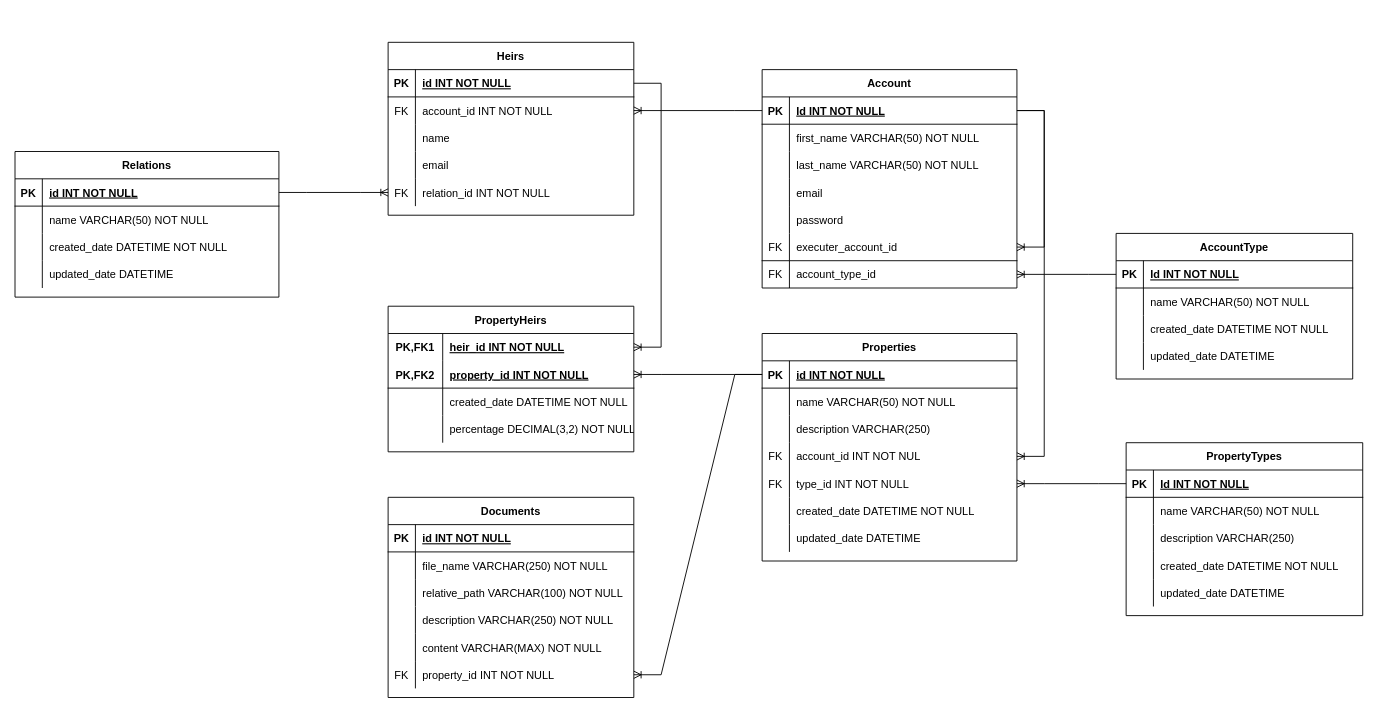
The draw.io diagram ER_Diagram.drawio in NTHU-Nova-Corp/e-testament-api, before the edit. Source tidied: cells renumbered, new cells numbered last; positions are measured from the earlier drawing's top-left corner, leaving out a move shared by most shapes. Both pictures are drawn from the tidied source at 91%, with x=0, y=0 at pixel (15, 42).
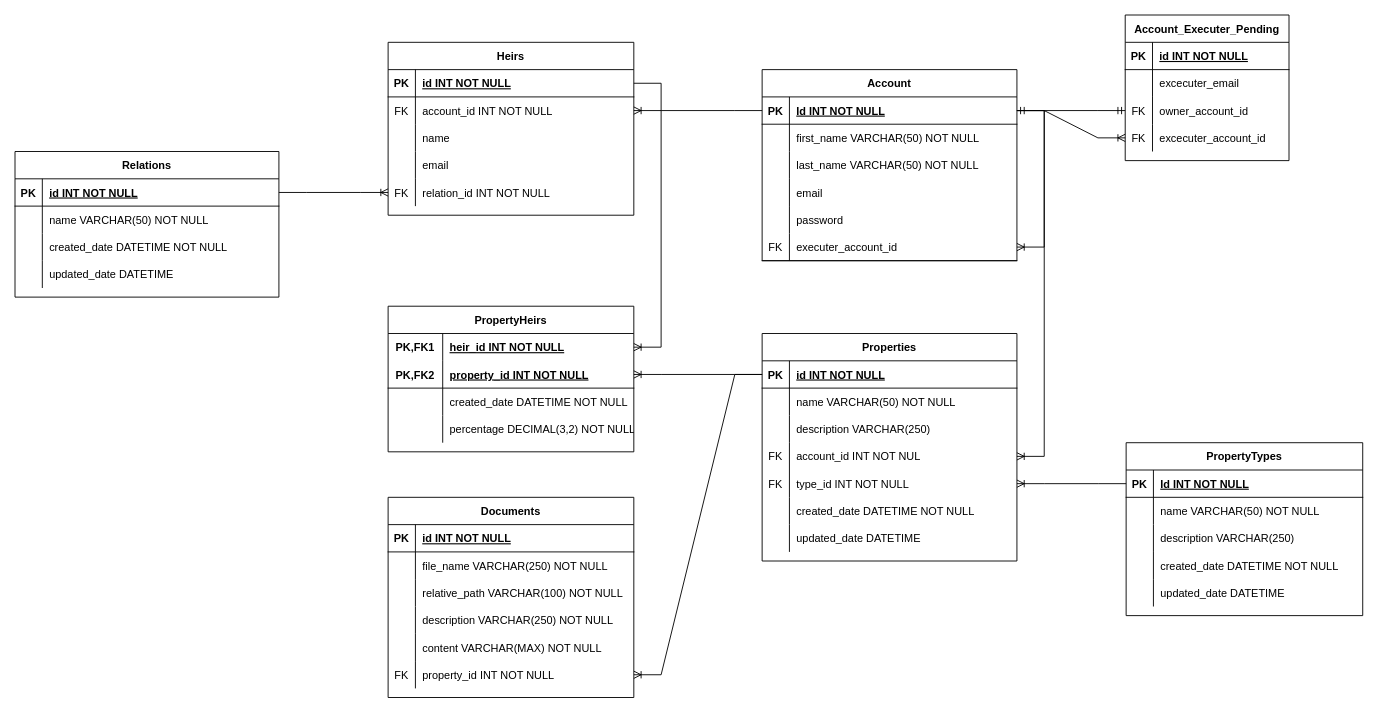
The same diagram, later.

Unchanged cells that the change refers to:
```xml
<mxCell id="91" style="shape=tableRow;horizontal=0;startSize=0;swimlaneHead=0;swimlaneBody=0;fillColor=none;points=[[0,0.5],[1,0.5]];portConstraint=eastwest;top=0;left=0;right=0;bottom=1;" parent="90" vertex="1">
  <mxGeometry y="30" width="280" height="30" as="geometry" />
</mxCell>
```

The edit, as a diff of the source:
```diff
@@
     <mxCell id="90" value="Account" style="shape=table;startSize=30;childLayout=tableLayout;rowLines=0;fontStyle=1;align=center;" parent="1" vertex="1">
-      <mxGeometry x="821" y="30" width="280" height="240" as="geometry" />
+      <mxGeometry x="821" y="30" width="280" height="210" as="geometry" />
     </mxCell>
@@
-    <mxCell id="110" style="shape=tableRow;horizontal=0;startSize=0;swimlaneHead=0;swimlaneBody=0;fillColor=none;points=[[0,0.5],[1,0.5]];portConstraint=eastwest;top=0;left=0;right=0;bottom=0;" parent="90" vertex="1">
-      <mxGeometry y="210" width="280" height="30" as="geometry" />
-    </mxCell>
-    <mxCell id="111" value="FK" style="shape=partialRectangle;fillColor=none;top=0;left=0;bottom=0;right=0;fontStyle=0;overflow=hidden;" parent="110" vertex="1">
-      <mxGeometry width="30" height="30" as="geometry" />
-    </mxCell>
-    <mxCell id="112" value="account_type_id" style="shape=partialRectangle;fillColor=none;top=0;left=0;bottom=0;right=0;align=left;spacingLeft=6;fontStyle=0;overflow=hidden;" parent="110" vertex="1">
-      <mxGeometry x="30" width="250" height="30" as="geometry" />
-    </mxCell>
@@
-    <mxCell id="131" value="AccountType" style="shape=table;startSize=30;childLayout=tableLayout;rowLines=0;fontStyle=1;align=center;" parent="1" vertex="1">
-      <mxGeometry x="1210" y="210" width="260" height="160" as="geometry" />
-    </mxCell>
-    <mxCell id="132" style="shape=tableRow;horizontal=0;startSize=0;swimlaneHead=0;swimlaneBody=0;fillColor=none;points=[[0,0.5],[1,0.5]];portConstraint=eastwest;top=0;left=0;right=0;bottom=1;" parent="131" vertex="1">
-      <mxGeometry y="30" width="260" height="30" as="geometry" />
-    </mxCell>
+    <mxCell id="145" value="Account_Executer_Pending" style="shape=table;startSize=30;childLayout=tableLayout;rowLines=0;fontStyle=1;align=center;" parent="1" vertex="1">
+      <mxGeometry x="1220" y="-30" width="180" height="160" as="geometry" />
+    </mxCell>
+    <mxCell id="146" style="shape=tableRow;horizontal=0;startSize=0;swimlaneHead=0;swimlaneBody=0;fillColor=none;top=0;left=0;right=0;bottom=1;" parent="145" vertex="1">
+      <mxGeometry y="30" width="180" height="30" as="geometry" />
+    </mxCell>
-    <mxCell id="133" value="PK" style="shape=partialRectangle;fillColor=none;top=0;left=0;bottom=0;right=0;fontStyle=1;overflow=hidden;" parent="132" vertex="1">
+    <mxCell id="133" value="PK" style="shape=partialRectangle;fillColor=none;top=0;left=0;bottom=0;right=0;fontStyle=1;overflow=hidden;" parent="146" vertex="1">
       <mxGeometry width="30" height="30" as="geometry" />
     </mxCell>
-    <mxCell id="134" value="Id INT NOT NULL" style="shape=partialRectangle;fillColor=none;top=0;left=0;bottom=0;right=0;align=left;spacingLeft=6;fontStyle=5;overflow=hidden;" parent="132" vertex="1">
-      <mxGeometry x="30" width="230" height="30" as="geometry" />
-    </mxCell>
-    <mxCell id="135" style="shape=tableRow;horizontal=0;startSize=0;swimlaneHead=0;swimlaneBody=0;fillColor=none;top=0;left=0;right=0;bottom=0;" parent="131" vertex="1">
-      <mxGeometry y="60" width="260" height="30" as="geometry" />
-    </mxCell>
-    <mxCell id="136" style="shape=partialRectangle;fillColor=none;top=0;left=0;bottom=0;right=0;overflow=hidden;" parent="135" vertex="1">
-      <mxGeometry width="30" height="30" as="geometry" />
-    </mxCell>
-    <mxCell id="137" value="name VARCHAR(50) NOT NULL" style="shape=partialRectangle;fillColor=none;top=0;left=0;bottom=0;right=0;align=left;spacingLeft=6;overflow=hidden;" parent="135" vertex="1">
-      <mxGeometry x="30" width="230" height="30" as="geometry" />
-    </mxCell>
-    <mxCell id="138" style="shape=tableRow;horizontal=0;startSize=0;swimlaneHead=0;swimlaneBody=0;fillColor=none;top=0;left=0;right=0;bottom=0;" parent="131" vertex="1">
-      <mxGeometry y="90" width="260" height="30" as="geometry" />
-    </mxCell>
-    <mxCell id="139" style="shape=partialRectangle;fillColor=none;top=0;left=0;bottom=0;right=0;overflow=hidden;" parent="138" vertex="1">
-      <mxGeometry width="30" height="30" as="geometry" />
-    </mxCell>
-    <mxCell id="140" value="created_date DATETIME NOT NULL" style="shape=partialRectangle;fillColor=none;top=0;left=0;bottom=0;right=0;align=left;spacingLeft=6;overflow=hidden;" parent="138" vertex="1">
-      <mxGeometry x="30" width="230" height="30" as="geometry" />
-    </mxCell>
-    <mxCell id="141" style="shape=tableRow;horizontal=0;startSize=0;swimlaneHead=0;swimlaneBody=0;fillColor=none;top=0;left=0;right=0;bottom=0;" parent="131" vertex="1">
-      <mxGeometry y="120" width="260" height="30" as="geometry" />
-    </mxCell>
-    <mxCell id="142" style="shape=partialRectangle;fillColor=none;top=0;left=0;bottom=0;right=0;overflow=hidden;" parent="141" vertex="1">
-      <mxGeometry width="30" height="30" as="geometry" />
-    </mxCell>
-    <mxCell id="143" value="updated_date DATETIME" style="shape=partialRectangle;fillColor=none;top=0;left=0;bottom=0;right=0;align=left;spacingLeft=6;overflow=hidden;" parent="141" vertex="1">
-      <mxGeometry x="30" width="230" height="30" as="geometry" />
-    </mxCell>
-    <mxCell id="144" style="edgeStyle=entityRelationEdgeStyle;fontSize=12;html=1;endArrow=ERoneToMany;rounded=0;exitX=0;exitY=0.5;exitDx=0;exitDy=0;" parent="1" edge="1" source="132" target="110">
-      <mxGeometry relative="1" as="geometry" />
-    </mxCell>
+    <mxCell id="147" value="id INT NOT NULL" style="shape=partialRectangle;fillColor=none;top=0;left=0;bottom=0;right=0;align=left;spacingLeft=6;fontStyle=5;overflow=hidden;" parent="146" vertex="1">
+      <mxGeometry x="30" width="150" height="30" as="geometry" />
+    </mxCell>
+    <mxCell id="148" style="shape=tableRow;horizontal=0;startSize=0;swimlaneHead=0;swimlaneBody=0;fillColor=none;top=0;left=0;right=0;bottom=0;" parent="145" vertex="1">
+      <mxGeometry y="60" width="180" height="30" as="geometry" />
+    </mxCell>
+    <mxCell id="149" style="shape=partialRectangle;fillColor=none;top=0;left=0;bottom=0;right=0;overflow=hidden;" parent="148" vertex="1">
+      <mxGeometry width="30" height="30" as="geometry" />
+    </mxCell>
+    <mxCell id="150" value="excecuter_email" style="shape=partialRectangle;fillColor=none;top=0;left=0;bottom=0;right=0;align=left;spacingLeft=6;overflow=hidden;" parent="148" vertex="1">
+      <mxGeometry x="30" width="150" height="30" as="geometry" />
+    </mxCell>
+    <mxCell id="151" style="shape=tableRow;horizontal=0;startSize=0;swimlaneHead=0;swimlaneBody=0;fillColor=none;points=[[0,0.5],[1,0.5]];portConstraint=eastwest;top=0;left=0;right=0;bottom=0;" parent="145" vertex="1">
+      <mxGeometry y="90" width="180" height="30" as="geometry" />
+    </mxCell>
+    <mxCell id="152" value="FK" style="shape=partialRectangle;fillColor=none;top=0;left=0;bottom=0;right=0;fontStyle=0;overflow=hidden;" parent="151" vertex="1">
+      <mxGeometry width="30" height="30" as="geometry" />
+    </mxCell>
+    <mxCell id="153" value="owner_account_id" style="shape=partialRectangle;fillColor=none;top=0;left=0;bottom=0;right=0;align=left;spacingLeft=6;fontStyle=0;overflow=hidden;" parent="151" vertex="1">
+      <mxGeometry x="30" width="150" height="30" as="geometry" />
+    </mxCell>
+    <mxCell id="154" style="shape=tableRow;horizontal=0;startSize=0;swimlaneHead=0;swimlaneBody=0;fillColor=none;points=[[0,0.5],[1,0.5]];portConstraint=eastwest;top=0;left=0;right=0;bottom=0;" parent="145" vertex="1">
+      <mxGeometry y="120" width="180" height="30" as="geometry" />
+    </mxCell>
+    <mxCell id="155" value="FK" style="shape=partialRectangle;fillColor=none;top=0;left=0;bottom=0;right=0;fontStyle=0;overflow=hidden;" parent="154" vertex="1">
+      <mxGeometry width="30" height="30" as="geometry" />
+    </mxCell>
+    <mxCell id="156" value="excecuter_account_id" style="shape=partialRectangle;fillColor=none;top=0;left=0;bottom=0;right=0;align=left;spacingLeft=6;fontStyle=0;overflow=hidden;" parent="154" vertex="1">
+      <mxGeometry x="30" width="150" height="30" as="geometry" />
+    </mxCell>
+    <mxCell id="157" style="edgeStyle=entityRelationEdgeStyle;fontSize=12;html=1;endArrow=ERmandOne;startArrow=ERmandOne;rounded=0;exitX=1;exitY=0.5;exitDx=0;exitDy=0;" parent="1" edge="1" source="91" target="151">
+      <mxGeometry relative="1" as="geometry" />
+    </mxCell>
+    <mxCell id="158" style="edgeStyle=entityRelationEdgeStyle;fontSize=12;html=1;endArrow=ERoneToMany;rounded=0;entryX=0;entryY=0.5;entryDx=0;entryDy=0;exitX=1;exitY=0.5;exitDx=0;exitDy=0;" parent="1" edge="1" source="91" target="154">
+      <mxGeometry relative="1" as="geometry" />
+    </mxCell>
```
